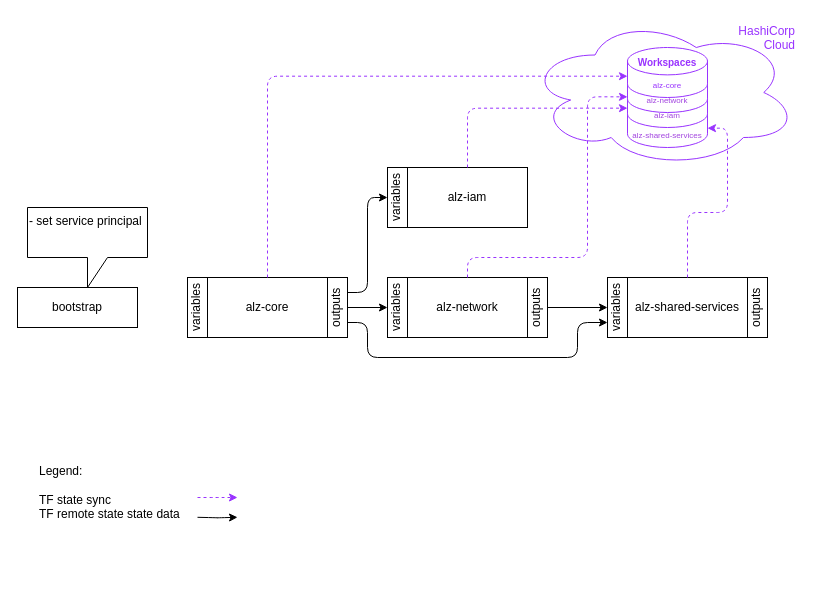
Earlier version of the draw.io diagram page "Overview" (1 of 5) of ta-alz.drawio (balazspados/azure-sandbox). Source tidied: cells renumbered, new cells numbered last; positions are measured from the earlier drawing's top-left corner, leaving out a move shared by most shapes. Both pictures are drawn from the tidied source at 100%, with x=0, y=0 at pixel (17, 17).
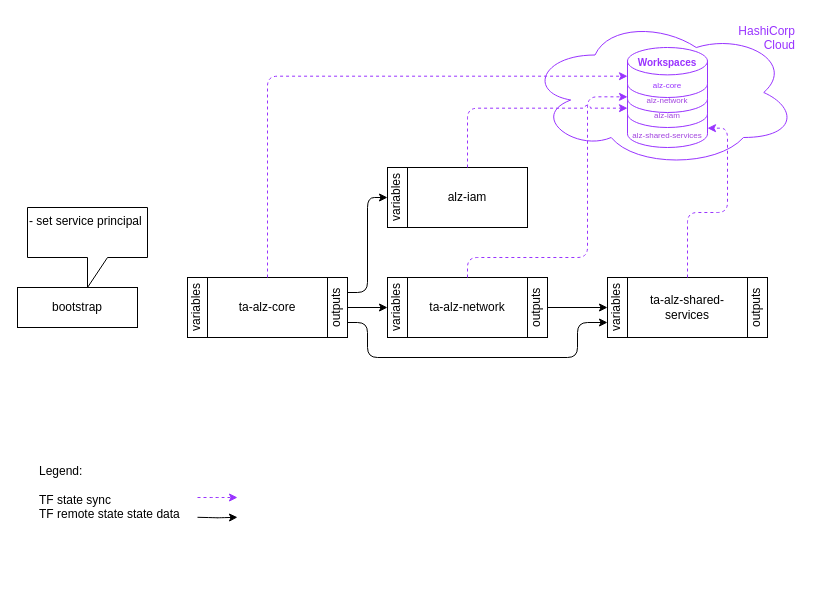
After the change.

Unchanged cells that the change refers to:
```xml
<mxCell id="6" value="&lt;div&gt;alz-iam&lt;/div&gt;" style="shape=cylinder3;whiteSpace=wrap;html=1;boundedLbl=1;backgroundOutline=1;size=13.690739222935278;verticalAlign=bottom;labelPosition=center;verticalLabelPosition=middle;align=center;fontSize=8;fontColor=light-dark(#a143df, #ededed);strokeColor=#9933FF;" parent="2" vertex="1">
  <mxGeometry x="100" y="60" width="80" height="50" as="geometry" />
</mxCell>
<mxCell id="15" style="group;" parent="1" vertex="1">
  <mxGeometry x="170" y="260" width="160" height="60" as="geometry" />
</mxCell>
<mxCell id="19" style="group;" parent="1" vertex="1">
  <mxGeometry x="370" y="260" width="160" height="60" as="geometry" />
</mxCell>
<mxCell id="23" style="group;" parent="1" vertex="1">
  <mxGeometry x="590" y="260" width="160" height="60" as="geometry" />
</mxCell>
<mxCell id="28" value="alz-iam" style="rounded=0;whiteSpace=wrap;html=1;" parent="27" vertex="1">
  <mxGeometry x="20" width="120" height="60" as="geometry" />
</mxCell>
```

Change to the diagram source:
```diff
@@
-    <mxCell id="16" value="alz-core" style="rounded=0;whiteSpace=wrap;html=1;" parent="15" vertex="1">
+    <mxCell id="16" value="ta-alz-core" style="rounded=0;whiteSpace=wrap;html=1;" parent="15" vertex="1">
       <mxGeometry x="20" width="120" height="60" as="geometry" />
     </mxCell>
@@
-    <mxCell id="20" value="alz-network" style="rounded=0;whiteSpace=wrap;html=1;" parent="19" vertex="1">
+    <mxCell id="20" value="ta-alz-network" style="rounded=0;whiteSpace=wrap;html=1;" parent="19" vertex="1">
       <mxGeometry x="20" width="120" height="60" as="geometry" />
     </mxCell>
@@
-    <mxCell id="24" value="alz-shared-services" style="rounded=0;whiteSpace=wrap;html=1;" parent="23" vertex="1">
+    <mxCell id="24" value="ta-alz-shared-services" style="rounded=0;whiteSpace=wrap;html=1;" parent="23" vertex="1">
       <mxGeometry x="20" width="120" height="60" as="geometry" />
     </mxCell>
@@
-    <mxCell id="33" style="edgeStyle=orthogonalEdgeStyle;jettySize=auto;html=1;exitX=0.5;exitY=0;exitDx=0;exitDy=0;entryX=0;entryY=0;entryDx=0;entryDy=30.65463038853236;entryPerimeter=0;strokeColor=#9933FF;dashed=1;" parent="1" edge="1" source="28" target="6">
+    <mxCell id="33" style="edgeStyle=orthogonalEdgeStyle;jettySize=auto;html=1;exitX=0.5;exitY=0;exitDx=0;exitDy=0;entryX=0;entryY=0;entryDx=0;entryDy=30.65463038853236;entryPerimeter=0;strokeColor=#9933FF;dashed=1;jumpStyle=arc;" parent="1" edge="1" source="28" target="6">
       <mxGeometry relative="1" as="geometry" />
     </mxCell>
```
